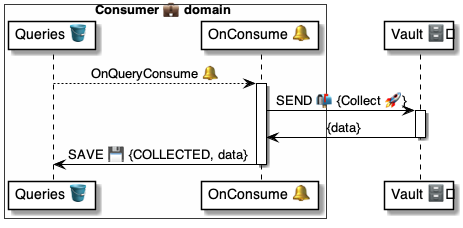
Earlier version of the PlantUML export 4 ⚙️ Solution/41 🎭 Domain Roles/Consumers 💼/💼🪣 Consumer tables/Queries 🗄️ table/🪣🧱 21 Consume 🔔 event/💼 OnQueryConsume ⚙️ uml.png (pollyweb-org/pollyweb-docs). Its source is kept beside it as 4 ⚙️ Solution/41 🎭 Domain Roles/Consumers 💼/💼🪣 Consumer tables/Queries 🗄️ table/🪣🧱 21 Consume 🔔 event/💼 OnQueryConsume ⚙️ uml.puml.
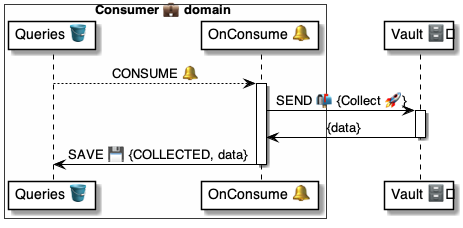
After the commit.

Change to the diagram source:
```diff
@@ -6,7 +6,7 @@
 end box
 participant "Vault 🗄️" as vault
 
-table --> handler: OnQueryConsume 🔔
+table --> handler: CONSUME 🔔
 
 activate handler
     handler -> vault: SEND 📬 {Collect 🚀}
```
